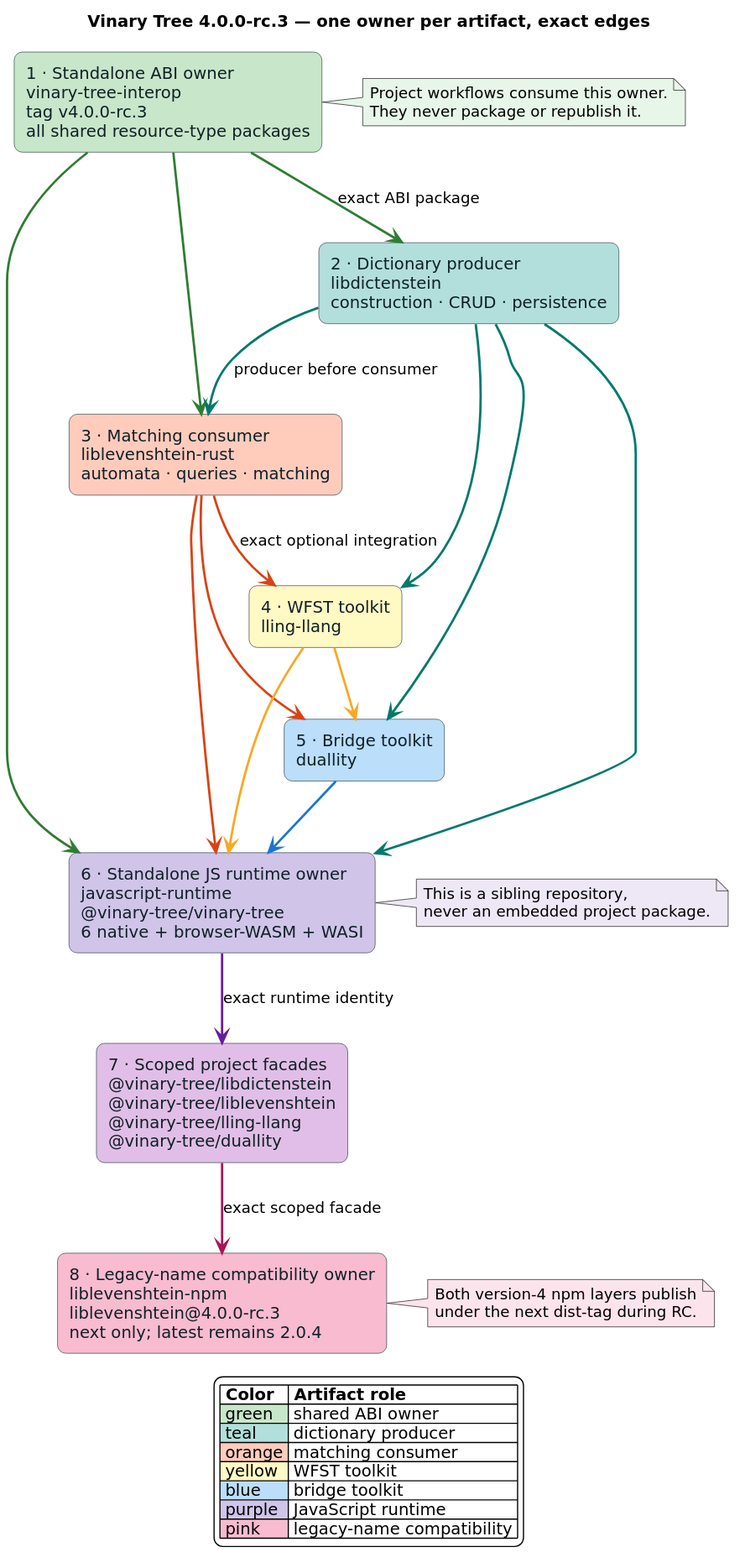
This is docs/diagrams/bindings/registry-topology.svg from vinary-tree/liblevenshtein-rust, a PlantUML export, as it was before one commit. Its source is kept beside it as docs/diagrams/bindings/registry-topology.puml.
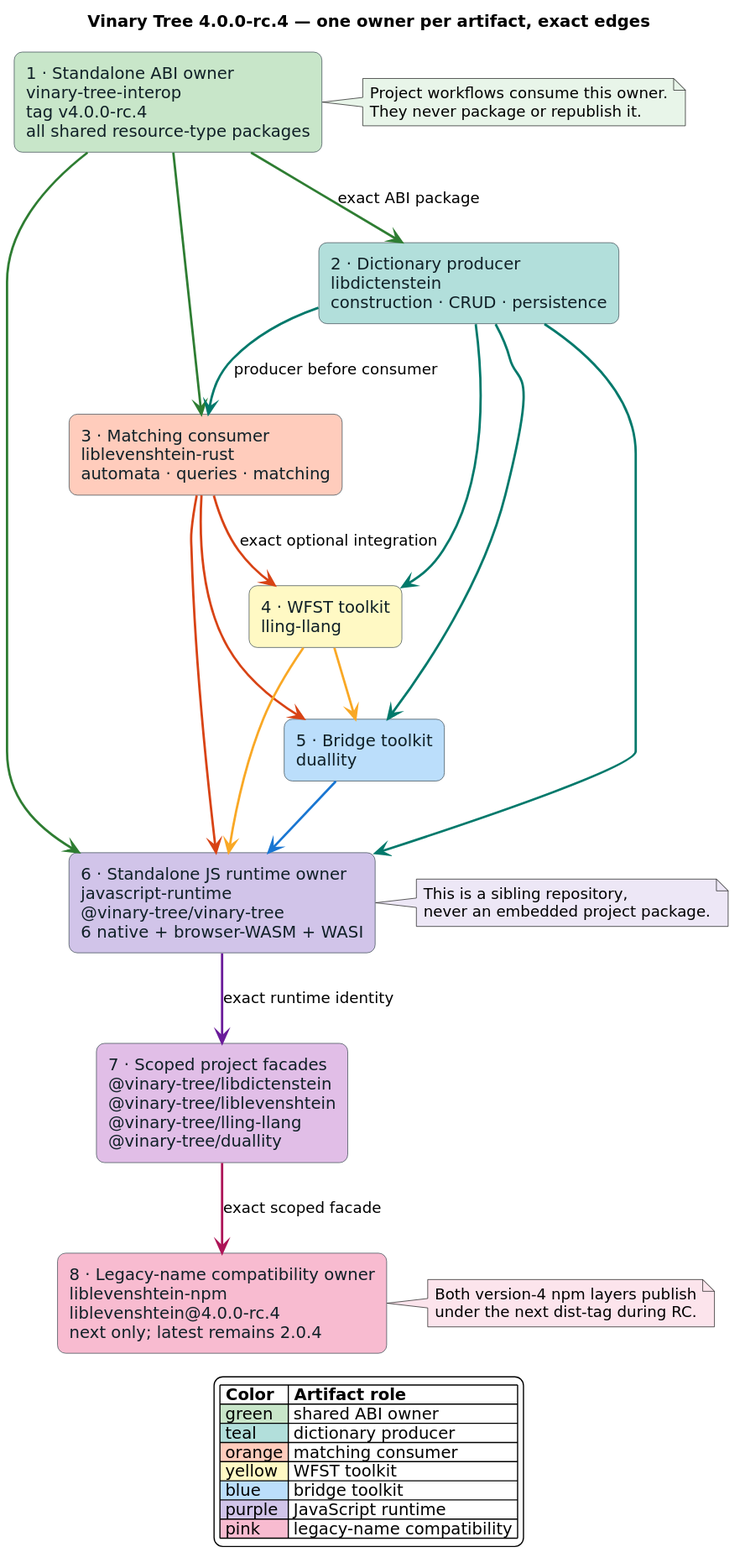
After the change.

Diff of the diagram source:
```diff
@@ -11,9 +11,9 @@
 skinparam ArrowThickness 2
 top to bottom direction
 
-title Vinary Tree 4.0.0-rc.3 — one owner per artifact, exact edges
+title Vinary Tree 4.0.0-rc.4 — one owner per artifact, exact edges
 
-rectangle "1 · Standalone ABI owner\nvinary-tree-interop\ntag v4.0.0-rc.3\nall shared resource-type packages" as INTEROP #C8E6C9
+rectangle "1 · Standalone ABI owner\nvinary-tree-interop\ntag v4.0.0-rc.4\nall shared resource-type packages" as INTEROP #C8E6C9
 
 rectangle "2 · Dictionary producer\nlibdictenstein\nconstruction · CRUD · persistence" as LDICT #B2DFDB
 rectangle "3 · Matching consumer\nliblevenshtein-rust\nautomata · queries · matching" as LLEV #FFCCBC
@@ -22,7 +22,7 @@
 
 rectangle "6 · Standalone JS runtime owner\njavascript-runtime\n@vinary-tree/vinary-tree\n6 native + browser-WASM + WASI" as RUNTIME #D1C4E9
 rectangle "7 · Scoped project facades\n@vinary-tree/libdictenstein\n@vinary-tree/liblevenshtein\n@vinary-tree/lling-llang\n@vinary-tree/duallity" as SCOPED #E1BEE7
-rectangle "8 · Legacy-name compatibility owner\nliblevenshtein-npm\nliblevenshtein@4.0.0-rc.3\nnext only; latest remains 2.0.4" as COMPAT #F8BBD0
+rectangle "8 · Legacy-name compatibility owner\nliblevenshtein-npm\nliblevenshtein@4.0.0-rc.4\nnext only; latest remains 2.0.4" as COMPAT #F8BBD0
 
 INTEROP -[#2E7D32]-> LDICT : exact ABI package
 INTEROP -[#2E7D32]-> LLEV
```
